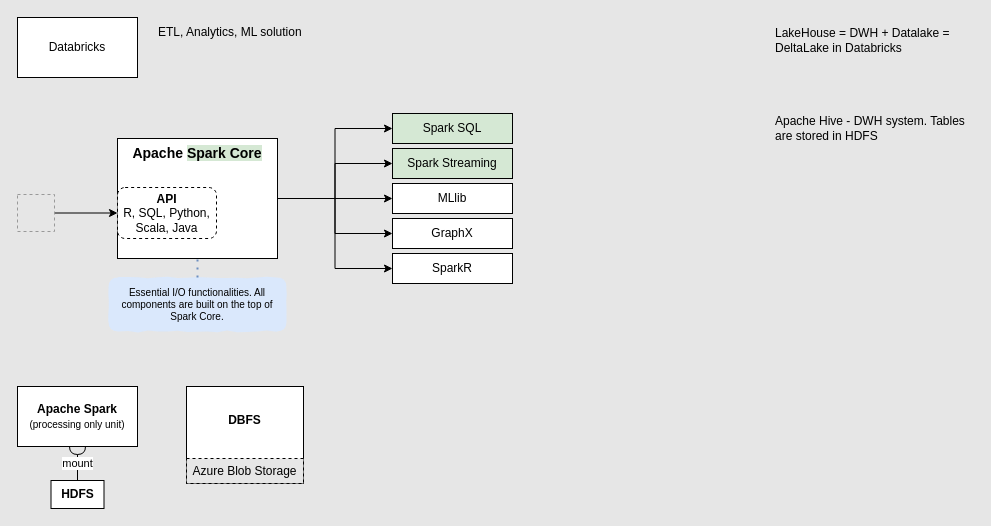
Above: Databricks.drawio in agrazh/de-diagrams (draw.io), before the change. Source tidied: cells renumbered, new cells numbered last; positions are measured from the earlier drawing's top-left corner, leaving out a move shared by most shapes. Both pictures are drawn from the tidied source at 100%, with x=0, y=0 at pixel (17, 17). Pictures stored in the file or linked from it are replaced by grey dashed boxes.
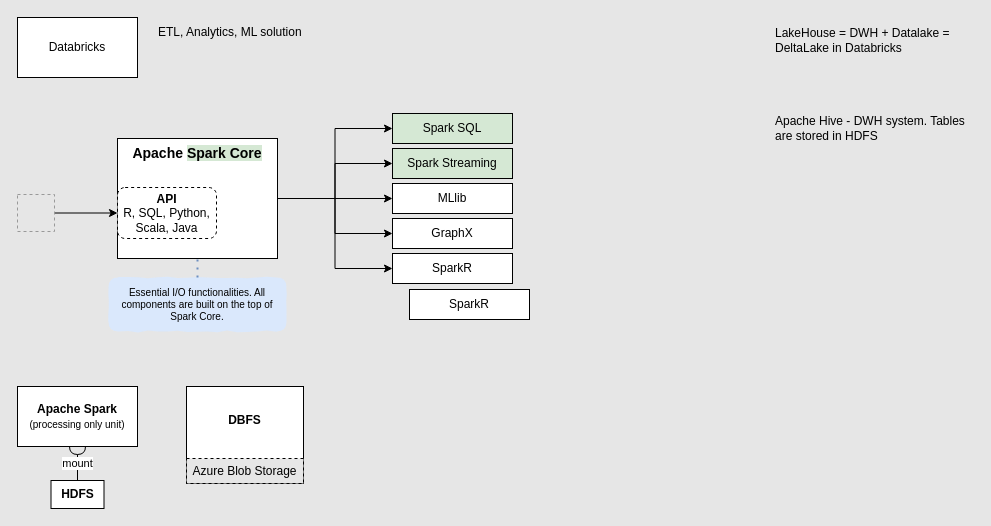
After the change.

What changed in the source:
```diff
@@
+    <mxCell id="29" value="SparkR" style="rounded=0;whiteSpace=wrap;html=1;" parent="1" vertex="1">
+      <mxGeometry x="392" y="272" width="120" height="30" as="geometry" />
+    </mxCell>
```
